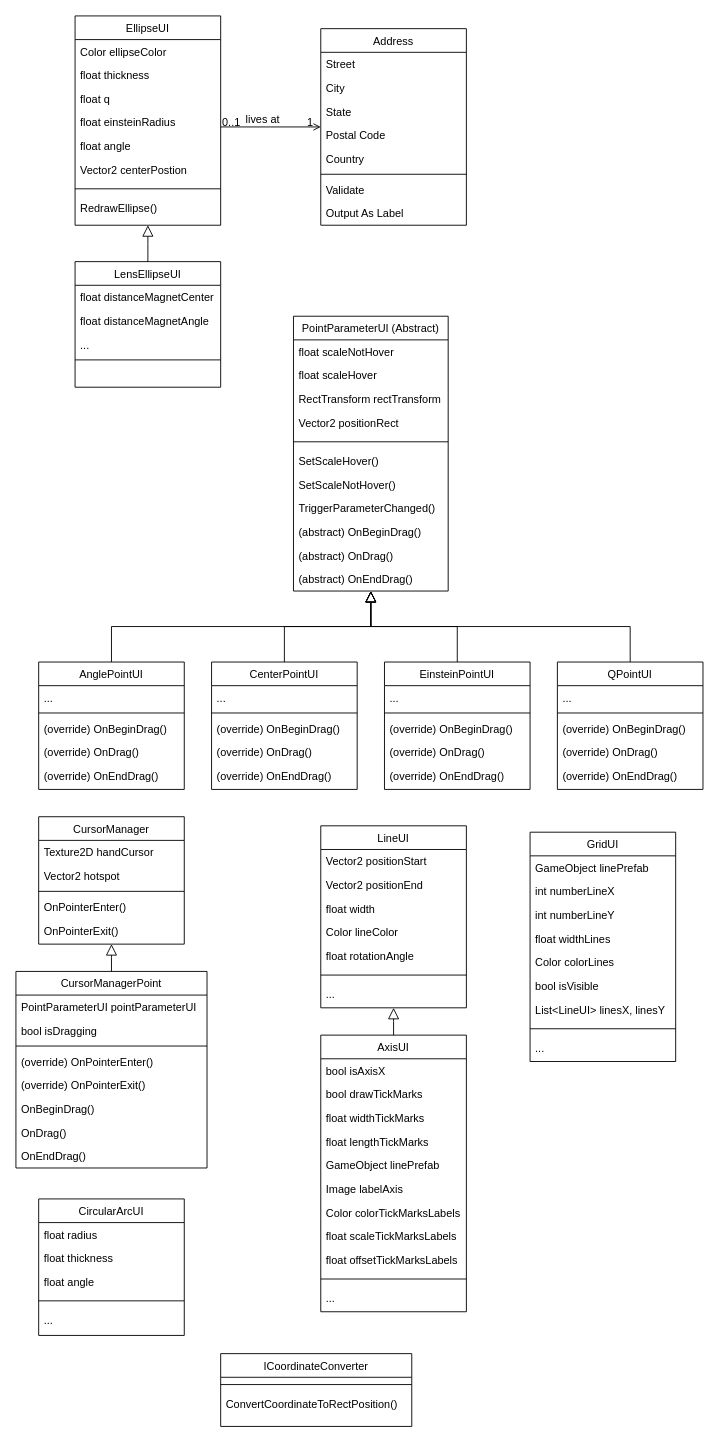
Above: IGLOO_Diagram.drawio in shoutizix/DiagramIGLOO (draw.io), before the change. Source tidied: cells renumbered, new cells numbered last; positions are measured from the earlier drawing's top-left corner, leaving out a move shared by most shapes. Both pictures are drawn from the tidied source at 91%, with x=0, y=0 at pixel (15, 15).
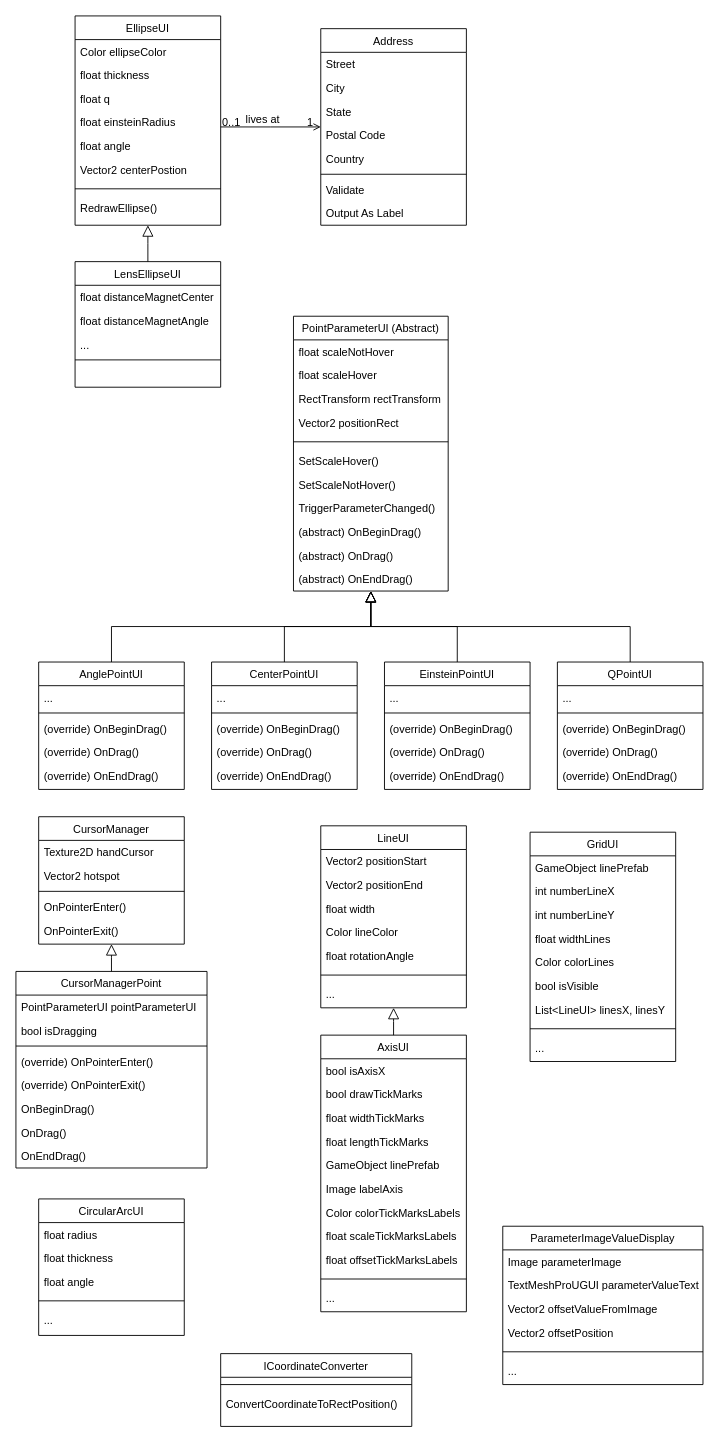
Above is the later version.

What changed in the source:
```diff
@@
+    <mxCell id="126" value="ParameterImageValueDisplay" style="swimlane;fontStyle=0;align=center;verticalAlign=top;horizontal=1;startSize=26;rounded=0;shadow=0;strokeWidth=1;" parent="1" vertex="1">
+      <mxGeometry x="535" y="1330" width="220" height="174" as="geometry" />
+    </mxCell>
+    <mxCell id="127" value="Image parameterImage" style="text;align=left;verticalAlign=top;spacingLeft=4;spacingRight=4;overflow=hidden;rounded=0;shadow=0;html=0;" parent="126" vertex="1">
+      <mxGeometry y="26" width="220" height="26" as="geometry" />
+    </mxCell>
+    <mxCell id="128" value="TextMeshProUGUI parameterValueText" style="text;align=left;verticalAlign=top;spacingLeft=4;spacingRight=4;overflow=hidden;rounded=0;shadow=0;html=0;" parent="126" vertex="1">
+      <mxGeometry y="52" width="220" height="26" as="geometry" />
+    </mxCell>
+    <mxCell id="129" value="Vector2 offsetValueFromImage" style="text;align=left;verticalAlign=top;spacingLeft=4;spacingRight=4;overflow=hidden;" parent="126" vertex="1">
+      <mxGeometry y="78" width="220" height="26" as="geometry" />
+    </mxCell>
+    <mxCell id="130" value="Vector2 offsetPosition" style="text;align=left;verticalAlign=top;spacingLeft=4;spacingRight=4;overflow=hidden;" parent="126" vertex="1">
+      <mxGeometry y="104" width="220" height="26" as="geometry" />
+    </mxCell>
+    <mxCell id="131" style="line;html=1;strokeWidth=1;align=left;verticalAlign=middle;spacingTop=-1;spacingLeft=3;spacingRight=3;labelPosition=right;" parent="126" vertex="1">
+      <mxGeometry y="130" width="220" height="16" as="geometry" />
+    </mxCell>
+    <mxCell id="132" value="..." style="text;align=left;verticalAlign=top;spacingLeft=4;spacingRight=4;overflow=hidden;" parent="126" vertex="1">
+      <mxGeometry y="146" width="220" height="28" as="geometry" />
+    </mxCell>
```
